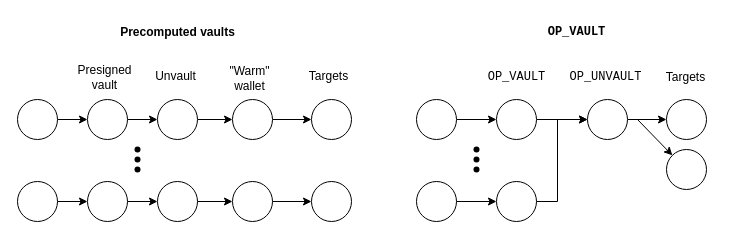
Earlier version of the draw.io diagram page "Withdrawal comparison" (4 of 6) of figures/vaults.drawio (jamesob/vaults-covenants-paper). Source tidied: cells renumbered, new cells numbered last; positions are measured from the earlier drawing's top-left corner, leaving out a move shared by most shapes. Both pictures are drawn from the tidied source at 100%, with x=0, y=0 at pixel (17, 17).
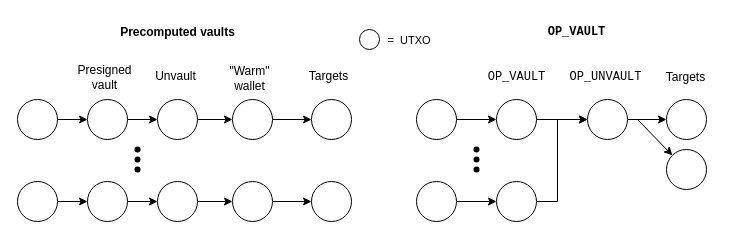
After the change.

Change to the diagram source:
```diff
@@
+    <mxCell id="50" style="ellipse;whiteSpace=wrap;html=1;" parent="1" vertex="1">
+      <mxGeometry x="342" y="12" width="20" height="20" as="geometry" />
+    </mxCell>
+    <mxCell id="51" value="=&amp;nbsp; UTXO" style="text;strokeColor=none;align=center;fillColor=none;html=1;verticalAlign=middle;whiteSpace=wrap;rounded=0;fontSize=11;" parent="1" vertex="1">
+      <mxGeometry x="362" y="8" width="60" height="30" as="geometry" />
+    </mxCell>
```
